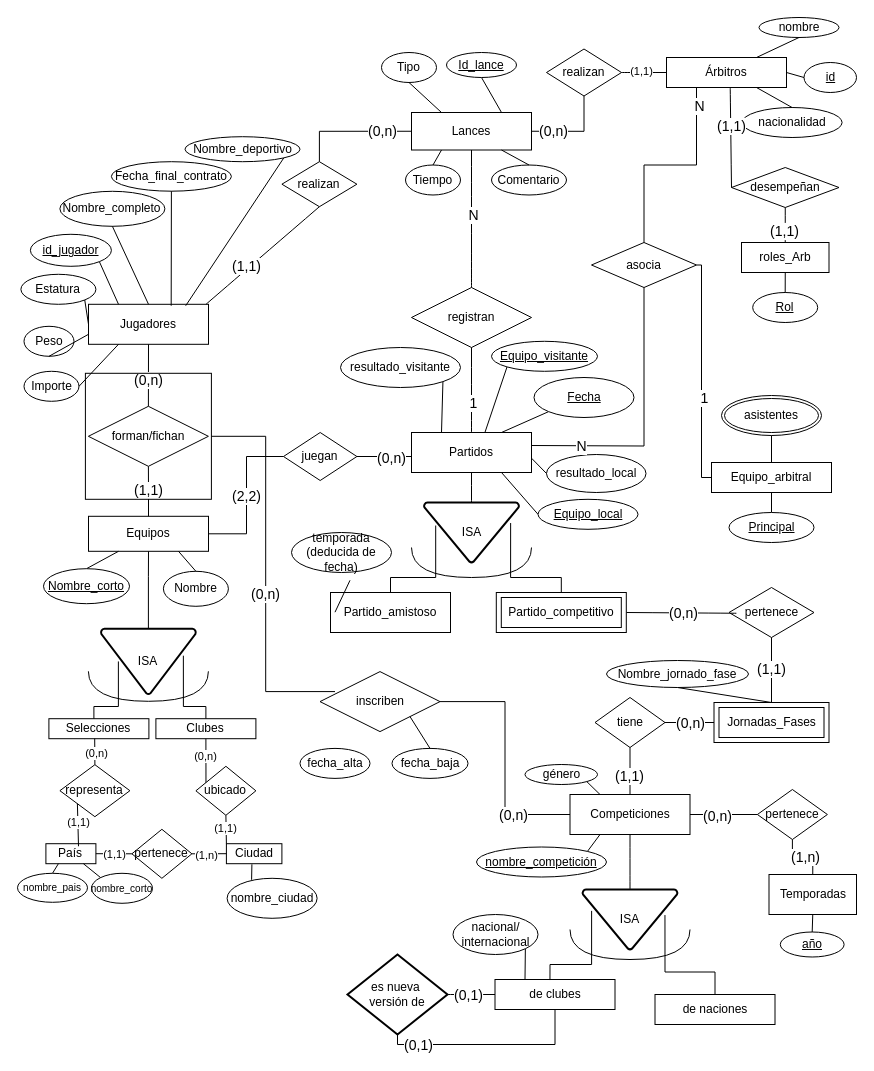
The draw.io diagram page "Page-1" (1 of 2) of BBDD/Diagrama E-R.drawio in aloantony/TrabajosEnGrupoGII-DalilaTony, before the edit. Source tidied: cells renumbered, new cells numbered last; positions are measured from the earlier drawing's top-left corner, leaving out a move shared by most shapes. Both pictures are drawn from the tidied source at 100%, with x=0, y=0 at pixel (17, 17).
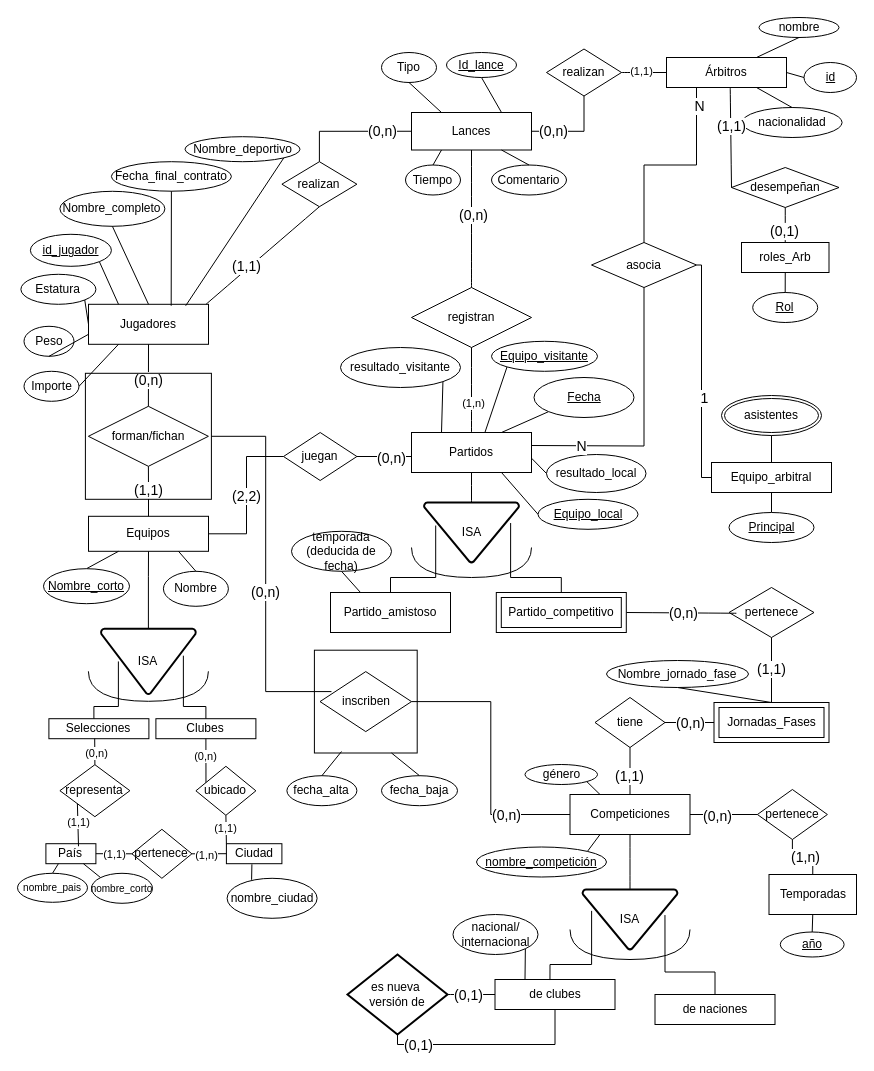
After the change.

Commit message:
Cambios en cardinalidades Lances-Partidos, Árbitro-roles_Arb y cuadrado añadido a inscriben para expresar agregación

Unchanged cells that the change refers to:
```xml
<mxCell id="22" value="Partido_amistoso" style="rounded=0;whiteSpace=wrap;html=1;" parent="1" vertex="1">
  <mxGeometry x="313" y="575" width="120" height="40" as="geometry" />
</mxCell>
<mxCell id="55" style="endArrow=none;html=1;rounded=0;fontSize=12;startSize=8;endSize=8;curved=1;entryX=0.5;entryY=1;entryDx=0;entryDy=0;exitX=0.5;exitY=0;exitDx=0;exitDy=0;" parent="1" edge="1" source="34" target="37">
  <mxGeometry relative="1" as="geometry" />
</mxCell>
<mxCell id="69" style="endArrow=none;html=1;rounded=0;fontSize=12;startSize=8;endSize=8;curved=1;entryX=0.5;entryY=1;entryDx=0;entryDy=0;exitX=0.5;exitY=0;exitDx=0;exitDy=0;" parent="1" edge="1" source="46" target="16">
  <mxGeometry relative="1" as="geometry" />
</mxCell>
<mxCell id="100" style="endArrow=none;html=1;rounded=0;fontSize=12;startSize=8;endSize=8;curved=1;exitX=0.5;exitY=0;exitDx=0;exitDy=0;entryX=0.5;entryY=1;entryDx=0;entryDy=0;" parent="1" edge="1" source="2" target="46">
  <mxGeometry relative="1" as="geometry" />
</mxCell>
```

What changed in the source:
```diff
@@
     <mxCell id="29" value="temporada&lt;div&gt;(deducida de fecha)&lt;/div&gt;" style="ellipse;whiteSpace=wrap;html=1;" parent="1" vertex="1">
-      <mxGeometry x="274" y="515" width="100" height="40" as="geometry" />
+      <mxGeometry x="274" y="513.8" width="100" height="40" as="geometry" />
     </mxCell>
@@
     <mxCell id="36" value="inscriben" style="shape=rhombus;perimeter=rhombusPerimeter;whiteSpace=wrap;html=1;align=center;" parent="1" vertex="1">
-      <mxGeometry x="302.5" y="654.1" width="120" height="60" as="geometry" />
+      <mxGeometry x="302.5" y="654.1" width="91.5" height="60" as="geometry" />
     </mxCell>
@@
     <mxCell id="44" value="fecha_alta" style="ellipse;whiteSpace=wrap;html=1;align=center;" parent="1" vertex="1">
-      <mxGeometry x="282.5" y="730.9" width="70" height="30" as="geometry" />
+      <mxGeometry x="269.4" y="758.2" width="70" height="30" as="geometry" />
     </mxCell>
     <mxCell id="45" value="fecha_baja" style="ellipse;whiteSpace=wrap;html=1;align=center;" parent="1" vertex="1">
-      <mxGeometry x="374.5" y="730.9" width="76" height="30" as="geometry" />
+      <mxGeometry x="364" y="758.2" width="76" height="30" as="geometry" />
     </mxCell>
@@
-    <mxCell id="56" value="&lt;font style=&quot;font-size: 14px;&quot;&gt;(1,1)&lt;/font&gt;" style="edgeLabel;html=1;align=center;verticalAlign=middle;" parent="55" vertex="1">
+    <mxCell id="56" value="&lt;font style=&quot;font-size: 14px;&quot;&gt;(0,1)&lt;/font&gt;" style="edgeLabel;html=1;align=center;verticalAlign=middle;" parent="55" vertex="1">
       <mxGeometry x="-0.32" y="1" relative="1" as="geometry" />
     </mxCell>
@@
-    <mxCell id="70" value="&lt;font style=&quot;font-size: 14px;&quot;&gt;N&lt;/font&gt;" style="edgeLabel;html=1;align=center;verticalAlign=middle;" parent="69" vertex="1">
+    <mxCell id="70" value="&lt;font style=&quot;font-size: 14px;&quot;&gt;(0,n)&lt;/font&gt;" style="edgeLabel;html=1;align=center;verticalAlign=middle;" parent="69" vertex="1">
       <mxGeometry x="0.06" y="-1" relative="1" as="geometry" />
     </mxCell>
@@
-    <mxCell id="101" value="&lt;font style=&quot;font-size: 14px;&quot;&gt;1&lt;/font&gt;" style="edgeLabel;html=1;align=center;verticalAlign=middle;" parent="100" vertex="1">
+    <mxCell id="101" value="(1,n)" style="edgeLabel;html=1;align=center;verticalAlign=middle;" parent="100" vertex="1">
       <mxGeometry x="-0.29" y="-1" relative="1" as="geometry" />
     </mxCell>
@@
-    <mxCell id="131" style="endArrow=none;html=1;rounded=0;entryX=0;entryY=1;entryDx=0;entryDy=0;exitX=0.5;exitY=0;exitDx=0;exitDy=0;" parent="1" edge="1">
+    <mxCell id="131" style="endArrow=none;html=1;rounded=0;exitX=0.5;exitY=0;exitDx=0;exitDy=0;" parent="1" edge="1" source="44">
       <mxGeometry relative="1" as="geometry">
-        <mxPoint x="317.5" y="594.7" as="sourcePoint" />
-        <mxPoint x="332.5" y="562.8" as="targetPoint" />
+        <mxPoint x="324" y="734" as="targetPoint" />
       </mxGeometry>
     </mxCell>
-    <mxCell id="132" style="endArrow=none;html=1;rounded=0;entryX=1;entryY=1;entryDx=0;entryDy=0;exitX=0.5;exitY=0;exitDx=0;exitDy=0;" parent="1" edge="1" source="45" target="36">
+    <mxCell id="132" style="endArrow=none;html=1;rounded=0;entryX=0.75;entryY=1;entryDx=0;entryDy=0;exitX=0.5;exitY=0;exitDx=0;exitDy=0;" parent="1" edge="1" source="45" target="182">
       <mxGeometry relative="1" as="geometry" />
     </mxCell>
@@
+    <mxCell id="182" style="whiteSpace=wrap;html=1;fillColor=none;" parent="1" vertex="1">
+      <mxGeometry x="296.9" y="632.7" width="102.8" height="102.8" as="geometry" />
+    </mxCell>
+    <mxCell id="183" style="endArrow=none;html=1;rounded=0;entryX=0.5;entryY=1;entryDx=0;entryDy=0;exitX=0.25;exitY=0;exitDx=0;exitDy=0;" parent="1" edge="1" source="22" target="29">
+      <mxGeometry relative="1" as="geometry" />
+    </mxCell>
```
